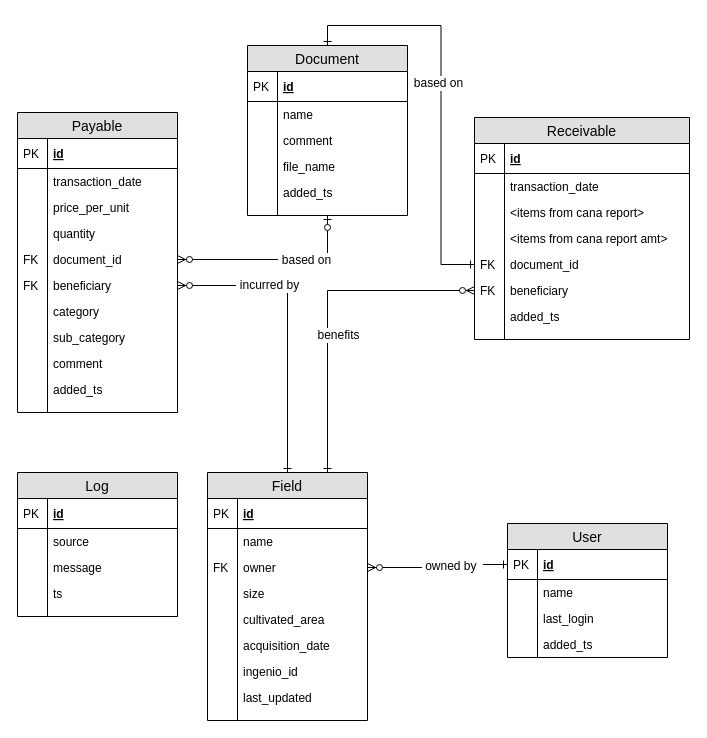
Earlier version of the draw.io diagram documentation/drawio/CanaWeb_ER.drawio (lluetolf/CanaWebPY). Source tidied: cells renumbered, new cells numbered last; positions are measured from the earlier drawing's top-left corner, leaving out a move shared by most shapes. Both pictures are drawn from the tidied source at 100%, with x=0, y=0 at pixel (17, 45).
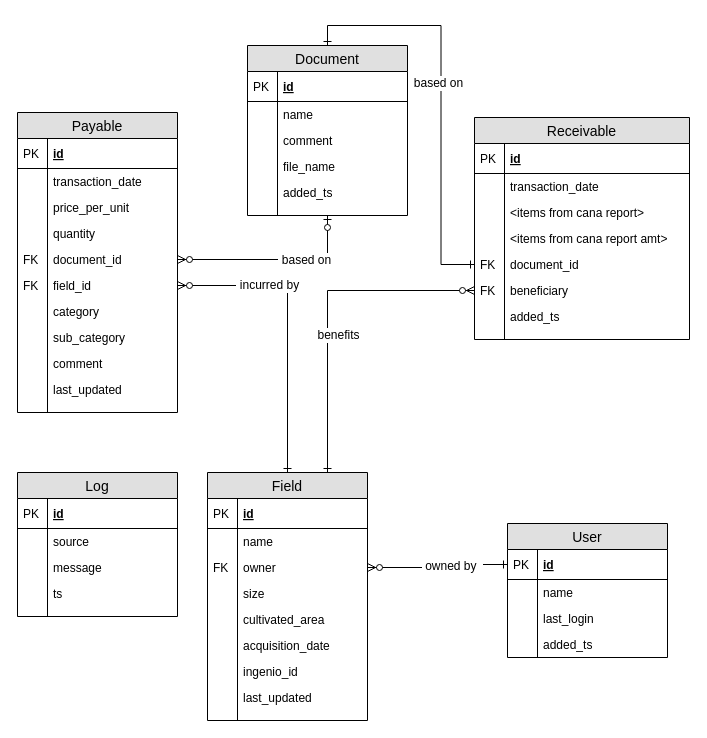
After the change.

The change refers to these unchanged cells:
```xml
<mxCell id="40" value="Payable" style="swimlane;fontStyle=0;horizontal=1;startSize=26;fillColor=#e0e0e0;swimlaneFillColor=#ffffff;align=center;fontSize=14;" parent="1" vertex="1">
  <mxGeometry y="67" width="160" height="300" as="geometry" />
</mxCell>
```

Diff of the diagram source:
```diff
@@
-    <mxCell id="51" value="beneficiary" style="shape=partialRectangle;top=0;left=0;right=0;bottom=0;align=left;verticalAlign=top;fillColor=none;spacingLeft=34;spacingRight=4;overflow=hidden;points=[[0,0.5],[1,0.5]];portConstraint=eastwest;fontSize=12;" parent="40" vertex="1">
+    <mxCell id="51" value="field_id" style="shape=partialRectangle;top=0;left=0;right=0;bottom=0;align=left;verticalAlign=top;fillColor=none;spacingLeft=34;spacingRight=4;overflow=hidden;points=[[0,0.5],[1,0.5]];portConstraint=eastwest;fontSize=12;" parent="40" vertex="1">
       <mxGeometry y="160" width="160" height="26" as="geometry" />
     </mxCell>
@@
-    <mxCell id="59" value="added_ts" style="shape=partialRectangle;top=0;left=0;right=0;bottom=0;align=left;verticalAlign=top;fillColor=none;spacingLeft=34;spacingRight=4;overflow=hidden;fontSize=12;" parent="40" vertex="1">
+    <mxCell id="59" value="last_updated" style="shape=partialRectangle;top=0;left=0;right=0;bottom=0;align=left;verticalAlign=top;fillColor=none;spacingLeft=34;spacingRight=4;overflow=hidden;fontSize=12;" parent="40" vertex="1">
       <mxGeometry y="264" width="160" height="26" as="geometry" />
     </mxCell>
```
